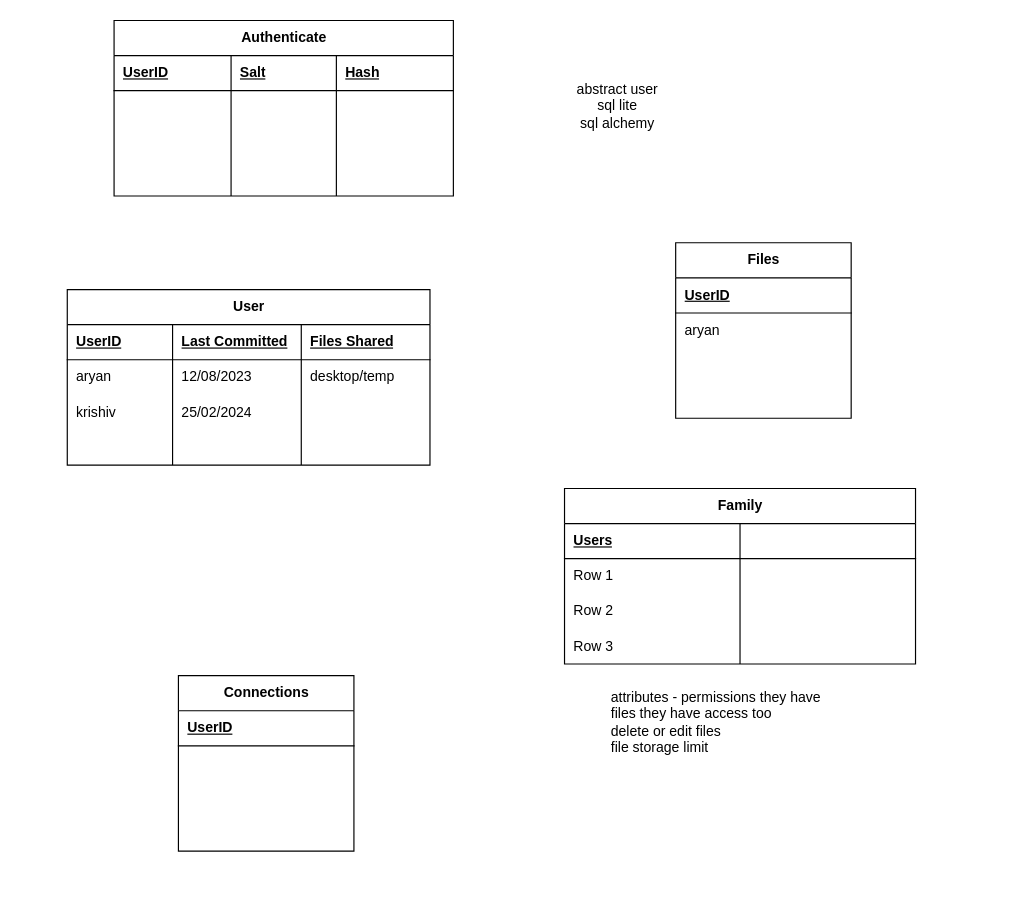
The draw.io diagram databases.drawio in aryansharmastudies/NEA_v2, before the edit. Source tidied: cells renumbered, new cells numbered last; positions are measured from the earlier drawing's top-left corner, leaving out a move shared by most shapes. Both pictures are drawn from the tidied source at 117%, with x=0, y=0 at pixel (67, 20).
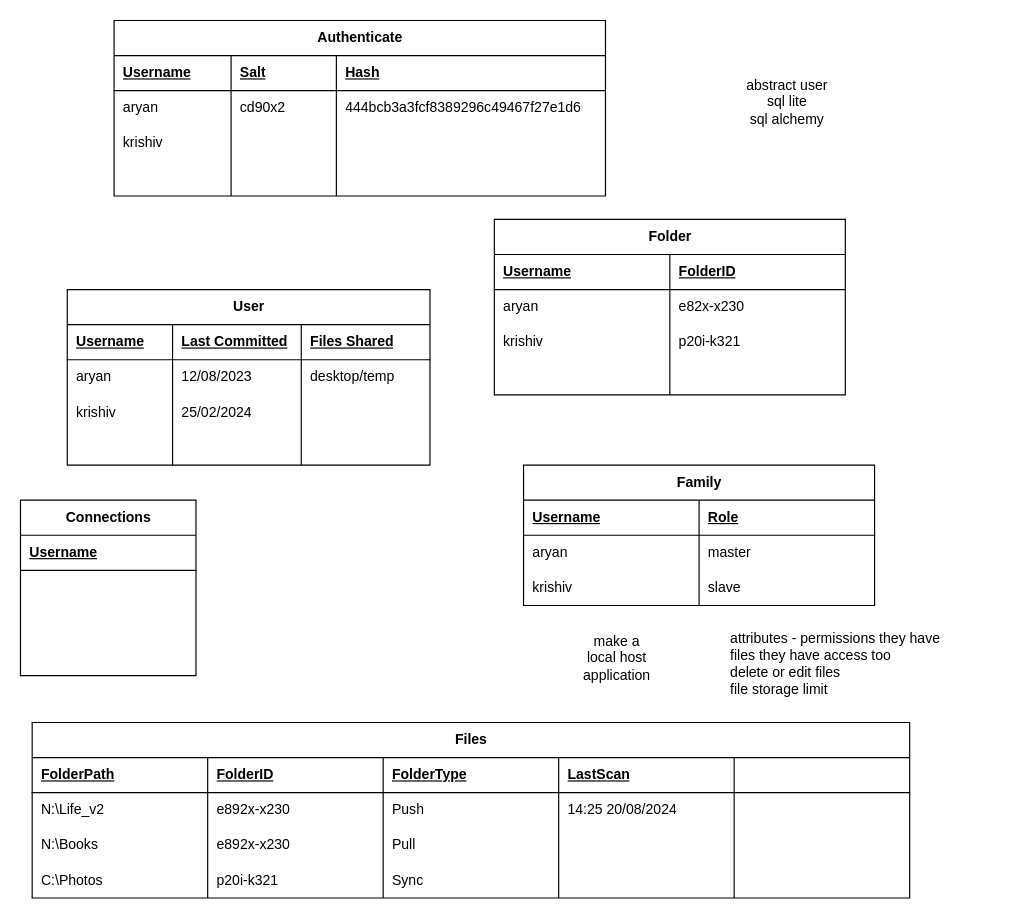
Above is the later version.

The change refers to these unchanged cells:
```xml
<mxCell id="3" style="shape=tableRow;horizontal=0;startSize=0;swimlaneHead=0;swimlaneBody=0;fillColor=none;top=0;left=0;right=0;bottom=1;" parent="2" vertex="1">
  <mxGeometry y="30" width="310" height="30" as="geometry" />
</mxCell>
<mxCell id="46" style="shape=tableRow;horizontal=0;startSize=0;swimlaneHead=0;swimlaneBody=0;fillColor=none;top=0;left=0;right=0;bottom=1;" parent="45" vertex="1">
  <mxGeometry y="30" width="150" height="30" as="geometry" />
</mxCell>
<mxCell id="56" style="shape=tableRow;horizontal=0;startSize=0;swimlaneHead=0;swimlaneBody=0;fillColor=none;top=0;left=0;right=0;bottom=1;" parent="55" vertex="1">
  <mxGeometry y="30" width="300" height="30" as="geometry" />
</mxCell>
<mxCell id="59" style="shape=tableRow;horizontal=0;startSize=0;swimlaneHead=0;swimlaneBody=0;fillColor=none;top=0;left=0;right=0;bottom=0;" parent="55" vertex="1">
  <mxGeometry y="60" width="300" height="30" as="geometry" />
</mxCell>
<mxCell id="62" style="shape=tableRow;horizontal=0;startSize=0;swimlaneHead=0;swimlaneBody=0;fillColor=none;top=0;left=0;right=0;bottom=0;" parent="55" vertex="1">
  <mxGeometry y="90" width="300" height="30" as="geometry" />
</mxCell>
```

Change to the diagram source:
```diff
@@
-    <mxCell id="4" value="UserID" style="shape=partialRectangle;fillColor=none;top=0;left=0;bottom=0;right=0;align=left;spacingLeft=6;fontStyle=5;overflow=hidden;whiteSpace=wrap;html=1;" parent="3" vertex="1">
+    <mxCell id="4" value="Username" style="shape=partialRectangle;fillColor=none;top=0;left=0;bottom=0;right=0;align=left;spacingLeft=6;fontStyle=5;overflow=hidden;whiteSpace=wrap;html=1;" parent="3" vertex="1">
       <mxGeometry width="90" height="30" as="geometry" />
     </mxCell>
@@
     <mxCell id="19" value="Authenticate" style="shape=table;startSize=30;childLayout=tableLayout;rowLines=0;fontStyle=1;align=center;html=1;" parent="1" vertex="1">
-      <mxGeometry x="40" width="290" height="150" as="geometry" />
+      <mxGeometry x="40" width="420" height="150" as="geometry" />
     </mxCell>
     <mxCell id="20" style="shape=tableRow;horizontal=0;startSize=0;swimlaneHead=0;swimlaneBody=0;fillColor=none;top=0;left=0;right=0;bottom=1;" parent="19" vertex="1">
-      <mxGeometry y="30" width="290" height="30" as="geometry" />
+      <mxGeometry y="30" width="420" height="30" as="geometry" />
     </mxCell>
-    <mxCell id="21" value="UserID" style="shape=partialRectangle;fillColor=none;top=0;left=0;bottom=0;right=0;align=left;spacingLeft=6;fontStyle=5;overflow=hidden;whiteSpace=wrap;html=1;" parent="20" vertex="1">
+    <mxCell id="21" value="Username" style="shape=partialRectangle;fillColor=none;top=0;left=0;bottom=0;right=0;align=left;spacingLeft=6;fontStyle=5;overflow=hidden;whiteSpace=wrap;html=1;" parent="20" vertex="1">
       <mxGeometry width="100" height="30" as="geometry" />
     </mxCell>
@@
     <mxCell id="23" value="Hash" style="shape=partialRectangle;fillColor=none;top=0;left=0;bottom=0;right=0;align=left;spacingLeft=6;fontStyle=5;overflow=hidden;whiteSpace=wrap;html=1;" parent="20" vertex="1">
-      <mxGeometry x="190" width="100" height="30" as="geometry" />
+      <mxGeometry x="190" width="230" height="30" as="geometry" />
     </mxCell>
     <mxCell id="24" style="shape=tableRow;horizontal=0;startSize=0;swimlaneHead=0;swimlaneBody=0;fillColor=none;top=0;left=0;right=0;bottom=0;" parent="19" vertex="1">
-      <mxGeometry y="60" width="290" height="30" as="geometry" />
+      <mxGeometry y="60" width="420" height="30" as="geometry" />
     </mxCell>
-    <mxCell id="25" style="shape=partialRectangle;fillColor=none;top=0;left=0;bottom=0;right=0;align=left;spacingLeft=6;overflow=hidden;whiteSpace=wrap;html=1;" parent="24" vertex="1">
+    <mxCell id="25" value="aryan" style="shape=partialRectangle;fillColor=none;top=0;left=0;bottom=0;right=0;align=left;spacingLeft=6;overflow=hidden;whiteSpace=wrap;html=1;" parent="24" vertex="1">
       <mxGeometry width="100" height="30" as="geometry" />
     </mxCell>
-    <mxCell id="26" style="shape=partialRectangle;fillColor=none;top=0;left=0;bottom=0;right=0;align=left;spacingLeft=6;overflow=hidden;whiteSpace=wrap;html=1;" parent="24" vertex="1">
+    <mxCell id="26" value="cd90x2" style="shape=partialRectangle;fillColor=none;top=0;left=0;bottom=0;right=0;align=left;spacingLeft=6;overflow=hidden;whiteSpace=wrap;html=1;" parent="24" vertex="1">
       <mxGeometry x="100" width="90" height="30" as="geometry" />
     </mxCell>
-    <mxCell id="27" style="shape=partialRectangle;fillColor=none;top=0;left=0;bottom=0;right=0;align=left;spacingLeft=6;overflow=hidden;whiteSpace=wrap;html=1;" parent="24" vertex="1">
-      <mxGeometry x="190" width="100" height="30" as="geometry" />
+    <mxCell id="27" value="444bcb3a3fcf8389296c49467f27e1d6" style="shape=partialRectangle;fillColor=none;top=0;left=0;bottom=0;right=0;align=left;spacingLeft=6;overflow=hidden;whiteSpace=wrap;html=1;" parent="24" vertex="1">
+      <mxGeometry x="190" width="230" height="30" as="geometry" />
     </mxCell>
     <mxCell id="28" style="shape=tableRow;horizontal=0;startSize=0;swimlaneHead=0;swimlaneBody=0;fillColor=none;top=0;left=0;right=0;bottom=0;" parent="19" vertex="1">
-      <mxGeometry y="90" width="290" height="30" as="geometry" />
+      <mxGeometry y="90" width="420" height="30" as="geometry" />
     </mxCell>
-    <mxCell id="29" style="shape=partialRectangle;fillColor=none;top=0;left=0;bottom=0;right=0;align=left;spacingLeft=6;overflow=hidden;whiteSpace=wrap;html=1;" parent="28" vertex="1">
+    <mxCell id="29" value="krishiv" style="shape=partialRectangle;fillColor=none;top=0;left=0;bottom=0;right=0;align=left;spacingLeft=6;overflow=hidden;whiteSpace=wrap;html=1;" parent="28" vertex="1">
       <mxGeometry width="100" height="30" as="geometry" />
     </mxCell>
@@
     <mxCell id="31" style="shape=partialRectangle;fillColor=none;top=0;left=0;bottom=0;right=0;align=left;spacingLeft=6;overflow=hidden;whiteSpace=wrap;html=1;" parent="28" vertex="1">
-      <mxGeometry x="190" width="100" height="30" as="geometry" />
+      <mxGeometry x="190" width="230" height="30" as="geometry" />
     </mxCell>
     <mxCell id="32" style="shape=tableRow;horizontal=0;startSize=0;swimlaneHead=0;swimlaneBody=0;fillColor=none;top=0;left=0;right=0;bottom=0;" parent="19" vertex="1">
-      <mxGeometry y="120" width="290" height="30" as="geometry" />
+      <mxGeometry y="120" width="420" height="30" as="geometry" />
     </mxCell>
@@
     <mxCell id="35" style="shape=partialRectangle;fillColor=none;top=0;left=0;bottom=0;right=0;align=left;spacingLeft=6;overflow=hidden;whiteSpace=wrap;html=1;" parent="32" vertex="1">
-      <mxGeometry x="190" width="100" height="30" as="geometry" />
+      <mxGeometry x="190" width="230" height="30" as="geometry" />
     </mxCell>
-    <mxCell id="36" value="Files" style="shape=table;startSize=30;childLayout=tableLayout;rowLines=0;fontStyle=1;align=center;html=1;" parent="1" vertex="1">
-      <mxGeometry x="520" y="190" width="150" height="150" as="geometry" />
+    <mxCell id="36" value="Folder" style="shape=table;startSize=30;childLayout=tableLayout;rowLines=0;fontStyle=1;align=center;html=1;" parent="1" vertex="1">
+      <mxGeometry x="365" y="170" width="300" height="150" as="geometry" />
     </mxCell>
     <mxCell id="37" style="shape=tableRow;horizontal=0;startSize=0;swimlaneHead=0;swimlaneBody=0;fillColor=none;top=0;left=0;right=0;bottom=1;" parent="36" vertex="1">
-      <mxGeometry y="30" width="150" height="30" as="geometry" />
+      <mxGeometry y="30" width="300" height="30" as="geometry" />
     </mxCell>
-    <mxCell id="38" value="UserID" style="shape=partialRectangle;fillColor=none;top=0;left=0;bottom=0;right=0;align=left;spacingLeft=6;fontStyle=5;overflow=hidden;whiteSpace=wrap;html=1;" parent="37" vertex="1">
+    <mxCell id="38" value="Username" style="shape=partialRectangle;fillColor=none;top=0;left=0;bottom=0;right=0;align=left;spacingLeft=6;fontStyle=5;overflow=hidden;whiteSpace=wrap;html=1;" parent="37" vertex="1">
       <mxGeometry width="150" height="30" as="geometry" />
     </mxCell>
+    <mxCell id="69" value="FolderID" style="shape=partialRectangle;fillColor=none;top=0;left=0;bottom=0;right=0;align=left;spacingLeft=6;fontStyle=5;overflow=hidden;whiteSpace=wrap;html=1;" parent="37" vertex="1">
+      <mxGeometry x="150" width="150" height="30" as="geometry" />
+    </mxCell>
     <mxCell id="39" style="shape=tableRow;horizontal=0;startSize=0;swimlaneHead=0;swimlaneBody=0;fillColor=none;top=0;left=0;right=0;bottom=0;" parent="36" vertex="1">
-      <mxGeometry y="60" width="150" height="30" as="geometry" />
+      <mxGeometry y="60" width="300" height="30" as="geometry" />
     </mxCell>
@@
+    <mxCell id="70" value="e82x-x230" style="shape=partialRectangle;fillColor=none;top=0;left=0;bottom=0;right=0;align=left;spacingLeft=6;overflow=hidden;whiteSpace=wrap;html=1;" parent="39" vertex="1">
+      <mxGeometry x="150" width="150" height="30" as="geometry" />
+    </mxCell>
     <mxCell id="41" style="shape=tableRow;horizontal=0;startSize=0;swimlaneHead=0;swimlaneBody=0;fillColor=none;top=0;left=0;right=0;bottom=0;" parent="36" vertex="1">
-      <mxGeometry y="90" width="150" height="30" as="geometry" />
+      <mxGeometry y="90" width="300" height="30" as="geometry" />
     </mxCell>
-    <mxCell id="42" style="shape=partialRectangle;fillColor=none;top=0;left=0;bottom=0;right=0;align=left;spacingLeft=6;overflow=hidden;whiteSpace=wrap;html=1;" parent="41" vertex="1">
+    <mxCell id="42" value="krishiv" style="shape=partialRectangle;fillColor=none;top=0;left=0;bottom=0;right=0;align=left;spacingLeft=6;overflow=hidden;whiteSpace=wrap;html=1;" parent="41" vertex="1">
       <mxGeometry width="150" height="30" as="geometry" />
     </mxCell>
+    <mxCell id="71" value="p20i-k321" style="shape=partialRectangle;fillColor=none;top=0;left=0;bottom=0;right=0;align=left;spacingLeft=6;overflow=hidden;whiteSpace=wrap;html=1;" parent="41" vertex="1">
+      <mxGeometry x="150" width="150" height="30" as="geometry" />
+    </mxCell>
     <mxCell id="43" style="shape=tableRow;horizontal=0;startSize=0;swimlaneHead=0;swimlaneBody=0;fillColor=none;top=0;left=0;right=0;bottom=0;" parent="36" vertex="1">
-      <mxGeometry y="120" width="150" height="30" as="geometry" />
+      <mxGeometry y="120" width="300" height="30" as="geometry" />
     </mxCell>
@@
+    <mxCell id="67" style="shape=partialRectangle;fillColor=none;top=0;left=0;bottom=0;right=0;align=left;spacingLeft=6;overflow=hidden;whiteSpace=wrap;html=1;" parent="43" vertex="1">
+      <mxGeometry x="150" width="150" height="30" as="geometry" />
+    </mxCell>
     <mxCell id="45" value="Connections" style="shape=table;startSize=30;childLayout=tableLayout;rowLines=0;fontStyle=1;align=center;html=1;" parent="1" vertex="1">
-      <mxGeometry x="95" y="560" width="150" height="150" as="geometry" />
+      <mxGeometry x="-40" y="410" width="150" height="150" as="geometry" />
     </mxCell>
@@
-    <mxCell id="47" value="UserID" style="shape=partialRectangle;fillColor=none;top=0;left=0;bottom=0;right=0;align=left;spacingLeft=6;fontStyle=5;overflow=hidden;whiteSpace=wrap;html=1;" parent="46" vertex="1">
+    <mxCell id="47" value="Username" style="shape=partialRectangle;fillColor=none;top=0;left=0;bottom=0;right=0;align=left;spacingLeft=6;fontStyle=5;overflow=hidden;whiteSpace=wrap;html=1;" parent="46" vertex="1">
       <mxGeometry width="150" height="30" as="geometry" />
     </mxCell>
@@
     <mxCell id="54" value="abstract user&lt;div&gt;sql lite&lt;/div&gt;&lt;div&gt;sql alchemy&lt;/div&gt;" style="text;html=1;align=center;verticalAlign=middle;strokeColor=none;fillColor=none;" parent="1" vertex="1">
-      <mxGeometry x="425" y="43" width="90" height="60" as="geometry" />
+      <mxGeometry x="570" y="40" width="90" height="60" as="geometry" />
     </mxCell>
     <mxCell id="55" value="Family" style="shape=table;startSize=30;childLayout=tableLayout;rowLines=0;fontStyle=1;align=center;html=1;" parent="1" vertex="1">
-      <mxGeometry x="425" y="400" width="300" height="150" as="geometry" />
+      <mxGeometry x="390" y="380" width="300" height="120" as="geometry" />
     </mxCell>
@@
-    <mxCell id="57" value="Users" style="shape=partialRectangle;fillColor=none;top=0;left=0;bottom=0;right=0;align=left;spacingLeft=6;fontStyle=5;overflow=hidden;whiteSpace=wrap;html=1;" parent="56" vertex="1">
+    <mxCell id="57" value="Username" style="shape=partialRectangle;fillColor=none;top=0;left=0;bottom=0;right=0;align=left;spacingLeft=6;fontStyle=5;overflow=hidden;whiteSpace=wrap;html=1;" parent="56" vertex="1">
       <mxGeometry width="150" height="30" as="geometry" />
     </mxCell>
-    <mxCell id="58" style="shape=partialRectangle;fillColor=none;top=0;left=0;bottom=0;right=0;align=left;spacingLeft=6;fontStyle=5;overflow=hidden;whiteSpace=wrap;html=1;" parent="56" vertex="1">
+    <mxCell id="58" value="Role" style="shape=partialRectangle;fillColor=none;top=0;left=0;bottom=0;right=0;align=left;spacingLeft=6;fontStyle=5;overflow=hidden;whiteSpace=wrap;html=1;" parent="56" vertex="1">
       <mxGeometry x="150" width="150" height="30" as="geometry" />
     </mxCell>
@@
-    <mxCell id="60" value="Row 1" style="shape=partialRectangle;fillColor=none;top=0;left=0;bottom=0;right=0;align=left;spacingLeft=6;overflow=hidden;whiteSpace=wrap;html=1;" parent="59" vertex="1">
+    <mxCell id="60" value="aryan" style="shape=partialRectangle;fillColor=none;top=0;left=0;bottom=0;right=0;align=left;spacingLeft=6;overflow=hidden;whiteSpace=wrap;html=1;" parent="59" vertex="1">
       <mxGeometry width="150" height="30" as="geometry" />
     </mxCell>
-    <mxCell id="61" style="shape=partialRectangle;fillColor=none;top=0;left=0;bottom=0;right=0;align=left;spacingLeft=6;overflow=hidden;whiteSpace=wrap;html=1;" parent="59" vertex="1">
+    <mxCell id="61" value="master" style="shape=partialRectangle;fillColor=none;top=0;left=0;bottom=0;right=0;align=left;spacingLeft=6;overflow=hidden;whiteSpace=wrap;html=1;" parent="59" vertex="1">
       <mxGeometry x="150" width="150" height="30" as="geometry" />
     </mxCell>
@@
-    <mxCell id="63" value="Row 2" style="shape=partialRectangle;fillColor=none;top=0;left=0;bottom=0;right=0;align=left;spacingLeft=6;overflow=hidden;whiteSpace=wrap;html=1;" parent="62" vertex="1">
+    <mxCell id="63" value="krishiv" style="shape=partialRectangle;fillColor=none;top=0;left=0;bottom=0;right=0;align=left;spacingLeft=6;overflow=hidden;whiteSpace=wrap;html=1;" parent="62" vertex="1">
       <mxGeometry width="150" height="30" as="geometry" />
     </mxCell>
-    <mxCell id="64" style="shape=partialRectangle;fillColor=none;top=0;left=0;bottom=0;right=0;align=left;spacingLeft=6;overflow=hidden;whiteSpace=wrap;html=1;" parent="62" vertex="1">
+    <mxCell id="64" value="slave" style="shape=partialRectangle;fillColor=none;top=0;left=0;bottom=0;right=0;align=left;spacingLeft=6;overflow=hidden;whiteSpace=wrap;html=1;" parent="62" vertex="1">
       <mxGeometry x="150" width="150" height="30" as="geometry" />
     </mxCell>
-    <mxCell id="65" style="shape=tableRow;horizontal=0;startSize=0;swimlaneHead=0;swimlaneBody=0;fillColor=none;top=0;left=0;right=0;bottom=0;" parent="55" vertex="1">
-      <mxGeometry y="120" width="300" height="30" as="geometry" />
-    </mxCell>
-    <mxCell id="66" value="Row 3" style="shape=partialRectangle;fillColor=none;top=0;left=0;bottom=0;right=0;align=left;spacingLeft=6;overflow=hidden;whiteSpace=wrap;html=1;" parent="65" vertex="1">
-      <mxGeometry width="150" height="30" as="geometry" />
-    </mxCell>
-    <mxCell id="67" style="shape=partialRectangle;fillColor=none;top=0;left=0;bottom=0;right=0;align=left;spacingLeft=6;overflow=hidden;whiteSpace=wrap;html=1;" parent="65" vertex="1">
-      <mxGeometry x="150" width="150" height="30" as="geometry" />
-    </mxCell>
     <mxCell id="68" value="&lt;div&gt;attributes - permissions they have&lt;/div&gt;&lt;div&gt;files they have access too&lt;/div&gt;&lt;div&gt;delete or edit files&lt;/div&gt;&lt;div&gt;file storage limit&lt;/div&gt;" style="text;html=1;align=left;verticalAlign=middle;whiteSpace=wrap;rounded=0;" parent="1" vertex="1">
-      <mxGeometry x="462.5" y="560" width="225" height="80" as="geometry" />
+      <mxGeometry x="565" y="510" width="225" height="80" as="geometry" />
     </mxCell>
+    <mxCell id="72" value="Files" style="shape=table;startSize=30;childLayout=tableLayout;rowLines=0;fontStyle=1;align=center;html=1;" parent="1" vertex="1">
+      <mxGeometry x="-30" y="600" width="750" height="150" as="geometry" />
+    </mxCell>
+    <mxCell id="73" style="shape=tableRow;horizontal=0;startSize=0;swimlaneHead=0;swimlaneBody=0;fillColor=none;top=0;left=0;right=0;bottom=1;" parent="72" vertex="1">
+      <mxGeometry y="30" width="750" height="30" as="geometry" />
+    </mxCell>
+    <mxCell id="74" value="FolderPath" style="shape=partialRectangle;fillColor=none;top=0;left=0;bottom=0;right=0;align=left;spacingLeft=6;fontStyle=5;overflow=hidden;whiteSpace=wrap;html=1;" parent="73" vertex="1">
+      <mxGeometry width="150" height="30" as="geometry" />
+    </mxCell>
+    <mxCell id="75" value="FolderID" style="shape=partialRectangle;fillColor=none;top=0;left=0;bottom=0;right=0;align=left;spacingLeft=6;fontStyle=5;overflow=hidden;whiteSpace=wrap;html=1;" parent="73" vertex="1">
+      <mxGeometry x="150" width="150" height="30" as="geometry" />
+    </mxCell>
+    <mxCell id="76" value="FolderType" style="shape=partialRectangle;fillColor=none;top=0;left=0;bottom=0;right=0;align=left;spacingLeft=6;fontStyle=5;overflow=hidden;whiteSpace=wrap;html=1;" parent="73" vertex="1">
+      <mxGeometry x="300" width="150" height="30" as="geometry" />
+    </mxCell>
+    <mxCell id="77" value="&lt;span style=&quot;&quot;&gt;LastScan&lt;/span&gt;" style="shape=partialRectangle;fillColor=none;top=0;left=0;bottom=0;right=0;align=left;spacingLeft=6;fontStyle=5;overflow=hidden;whiteSpace=wrap;html=1;" parent="73" vertex="1">
+      <mxGeometry x="450" width="150" height="30" as="geometry" />
+    </mxCell>
+    <mxCell id="78" style="shape=partialRectangle;fillColor=none;top=0;left=0;bottom=0;right=0;align=left;spacingLeft=6;fontStyle=5;overflow=hidden;whiteSpace=wrap;html=1;" parent="73" vertex="1">
+      <mxGeometry x="600" width="150" height="30" as="geometry" />
+    </mxCell>
+    <mxCell id="79" style="shape=tableRow;horizontal=0;startSize=0;swimlaneHead=0;swimlaneBody=0;fillColor=none;top=0;left=0;right=0;bottom=0;" parent="72" vertex="1">
+      <mxGeometry y="60" width="750" height="30" as="geometry" />
+    </mxCell>
+    <mxCell id="80" value="N:\Life_v2" style="shape=partialRectangle;fillColor=none;top=0;left=0;bottom=0;right=0;align=left;spacingLeft=6;overflow=hidden;whiteSpace=wrap;html=1;" parent="79" vertex="1">
+      <mxGeometry width="150" height="30" as="geometry" />
+    </mxCell>
+    <mxCell id="81" value="e892x-x230" style="shape=partialRectangle;fillColor=none;top=0;left=0;bottom=0;right=0;align=left;spacingLeft=6;overflow=hidden;whiteSpace=wrap;html=1;" parent="79" vertex="1">
+      <mxGeometry x="150" width="150" height="30" as="geometry" />
+    </mxCell>
+    <mxCell id="82" value="Push" style="shape=partialRectangle;fillColor=none;top=0;left=0;bottom=0;right=0;align=left;spacingLeft=6;overflow=hidden;whiteSpace=wrap;html=1;" parent="79" vertex="1">
+      <mxGeometry x="300" width="150" height="30" as="geometry" />
+    </mxCell>
+    <mxCell id="83" value="14:25 20/08/2024" style="shape=partialRectangle;fillColor=none;top=0;left=0;bottom=0;right=0;align=left;spacingLeft=6;overflow=hidden;whiteSpace=wrap;html=1;" parent="79" vertex="1">
+      <mxGeometry x="450" width="150" height="30" as="geometry" />
+    </mxCell>
+    <mxCell id="84" style="shape=partialRectangle;fillColor=none;top=0;left=0;bottom=0;right=0;align=left;spacingLeft=6;overflow=hidden;whiteSpace=wrap;html=1;" parent="79" vertex="1">
+      <mxGeometry x="600" width="150" height="30" as="geometry" />
+    </mxCell>
+    <mxCell id="85" style="shape=tableRow;horizontal=0;startSize=0;swimlaneHead=0;swimlaneBody=0;fillColor=none;top=0;left=0;right=0;bottom=0;" parent="72" vertex="1">
+      <mxGeometry y="90" width="750" height="30" as="geometry" />
+    </mxCell>
+    <mxCell id="86" value="N:\Books" style="shape=partialRectangle;fillColor=none;top=0;left=0;bottom=0;right=0;align=left;spacingLeft=6;overflow=hidden;whiteSpace=wrap;html=1;" parent="85" vertex="1">
+      <mxGeometry width="150" height="30" as="geometry" />
+    </mxCell>
+    <mxCell id="87" value="&lt;span style=&quot;font-weight: 400;&quot;&gt;e892x-x230&lt;/span&gt;" style="shape=partialRectangle;fillColor=none;top=0;left=0;bottom=0;right=0;align=left;spacingLeft=6;overflow=hidden;whiteSpace=wrap;html=1;fontStyle=1;" parent="85" vertex="1">
+      <mxGeometry x="150" width="150" height="30" as="geometry" />
+    </mxCell>
+    <mxCell id="88" value="&lt;span style=&quot;font-weight: normal;&quot;&gt;Pull&lt;/span&gt;" style="shape=partialRectangle;fillColor=none;top=0;left=0;bottom=0;right=0;align=left;spacingLeft=6;overflow=hidden;whiteSpace=wrap;html=1;fontStyle=1;" parent="85" vertex="1">
+      <mxGeometry x="300" width="150" height="30" as="geometry" />
+    </mxCell>
+    <mxCell id="89" style="shape=partialRectangle;fillColor=none;top=0;left=0;bottom=0;right=0;align=left;spacingLeft=6;overflow=hidden;whiteSpace=wrap;html=1;fontStyle=1;" parent="85" vertex="1">
+      <mxGeometry x="450" width="150" height="30" as="geometry" />
+    </mxCell>
+    <mxCell id="90" style="shape=partialRectangle;fillColor=none;top=0;left=0;bottom=0;right=0;align=left;spacingLeft=6;overflow=hidden;whiteSpace=wrap;html=1;fontStyle=1;" parent="85" vertex="1">
+      <mxGeometry x="600" width="150" height="30" as="geometry" />
+    </mxCell>
+    <mxCell id="91" style="shape=tableRow;horizontal=0;startSize=0;swimlaneHead=0;swimlaneBody=0;fillColor=none;top=0;left=0;right=0;bottom=0;" parent="72" vertex="1">
+      <mxGeometry y="120" width="750" height="30" as="geometry" />
+    </mxCell>
+    <mxCell id="92" value="C:\Photos" style="shape=partialRectangle;fillColor=none;top=0;left=0;bottom=0;right=0;align=left;spacingLeft=6;overflow=hidden;whiteSpace=wrap;html=1;" parent="91" vertex="1">
+      <mxGeometry width="150" height="30" as="geometry" />
+    </mxCell>
+    <mxCell id="93" value="p20i-k321" style="shape=partialRectangle;fillColor=none;top=0;left=0;bottom=0;right=0;align=left;spacingLeft=6;overflow=hidden;whiteSpace=wrap;html=1;" parent="91" vertex="1">
+      <mxGeometry x="150" width="150" height="30" as="geometry" />
+    </mxCell>
+    <mxCell id="94" value="Sync" style="shape=partialRectangle;fillColor=none;top=0;left=0;bottom=0;right=0;align=left;spacingLeft=6;overflow=hidden;whiteSpace=wrap;html=1;" parent="91" vertex="1">
+      <mxGeometry x="300" width="150" height="30" as="geometry" />
+    </mxCell>
+    <mxCell id="95" style="shape=partialRectangle;fillColor=none;top=0;left=0;bottom=0;right=0;align=left;spacingLeft=6;overflow=hidden;whiteSpace=wrap;html=1;" parent="91" vertex="1">
+      <mxGeometry x="450" width="150" height="30" as="geometry" />
+    </mxCell>
+    <mxCell id="96" style="shape=partialRectangle;fillColor=none;top=0;left=0;bottom=0;right=0;align=left;spacingLeft=6;overflow=hidden;whiteSpace=wrap;html=1;" parent="91" vertex="1">
+      <mxGeometry x="600" width="150" height="30" as="geometry" />
+    </mxCell>
+    <mxCell id="97" value="make a local host application" style="text;html=1;align=center;verticalAlign=middle;whiteSpace=wrap;rounded=0;" parent="1" vertex="1">
+      <mxGeometry x="440" y="530" width="60" height="30" as="geometry" />
+    </mxCell>
```
